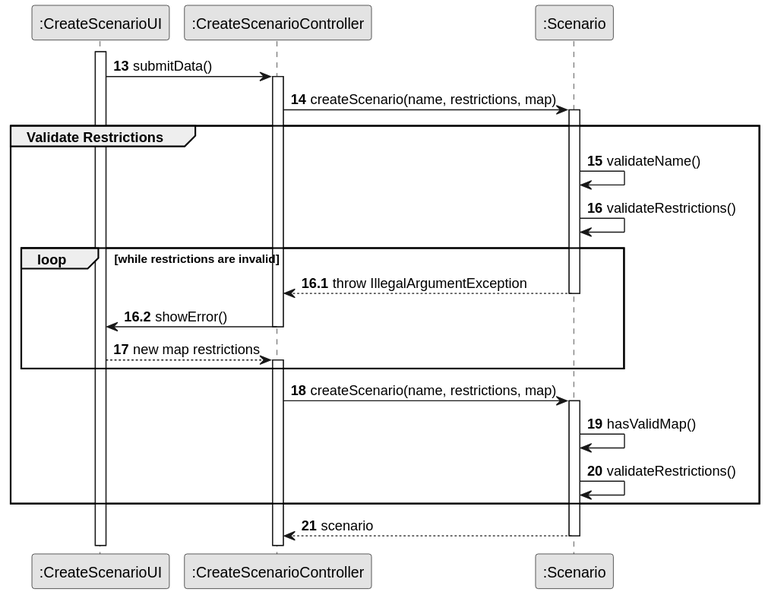
The PlantUML diagram docs/sprint2/us004/03.design/svg/us004-sd-partial-validate-restrictions.svg in ivasduarte/all-aboard, before a commit. Its diagram source:
```plantuml
@startuml
skinparam monochrome true
skinparam packageStyle rectangle
skinparam shadowing false

participant ":CreateScenarioUI" as UI
participant ":CreateScenarioController" as CTRL
participant ":Scenario" as Scenario

autonumber 13

activate UI

UI -> CTRL : submitData()
activate CTRL
CTRL -> Scenario : createScenario(name, restrictions, map)
activate Scenario

group Validate Restrictions
    Scenario -> Scenario : validateName()
    Scenario -> Scenario : validateRestrictions()

    loop while restrictions are invalid
        autonumber 16.1
            Scenario --> CTRL : throw IllegalArgumentException
            deactivate Scenario
            CTRL -> UI : showError()
            deactivate CTRL
            autonumber 17
            UI --> CTRL : new map restrictions
            activate CTRL
    end

    CTRL -> Scenario : createScenario(name, restrictions, map)
    activate Scenario
    Scenario -> Scenario : hasValidMap()
    Scenario -> Scenario : validateRestrictions()
end

Scenario --> CTRL : scenario
deactivate Scenario
@enduml
```
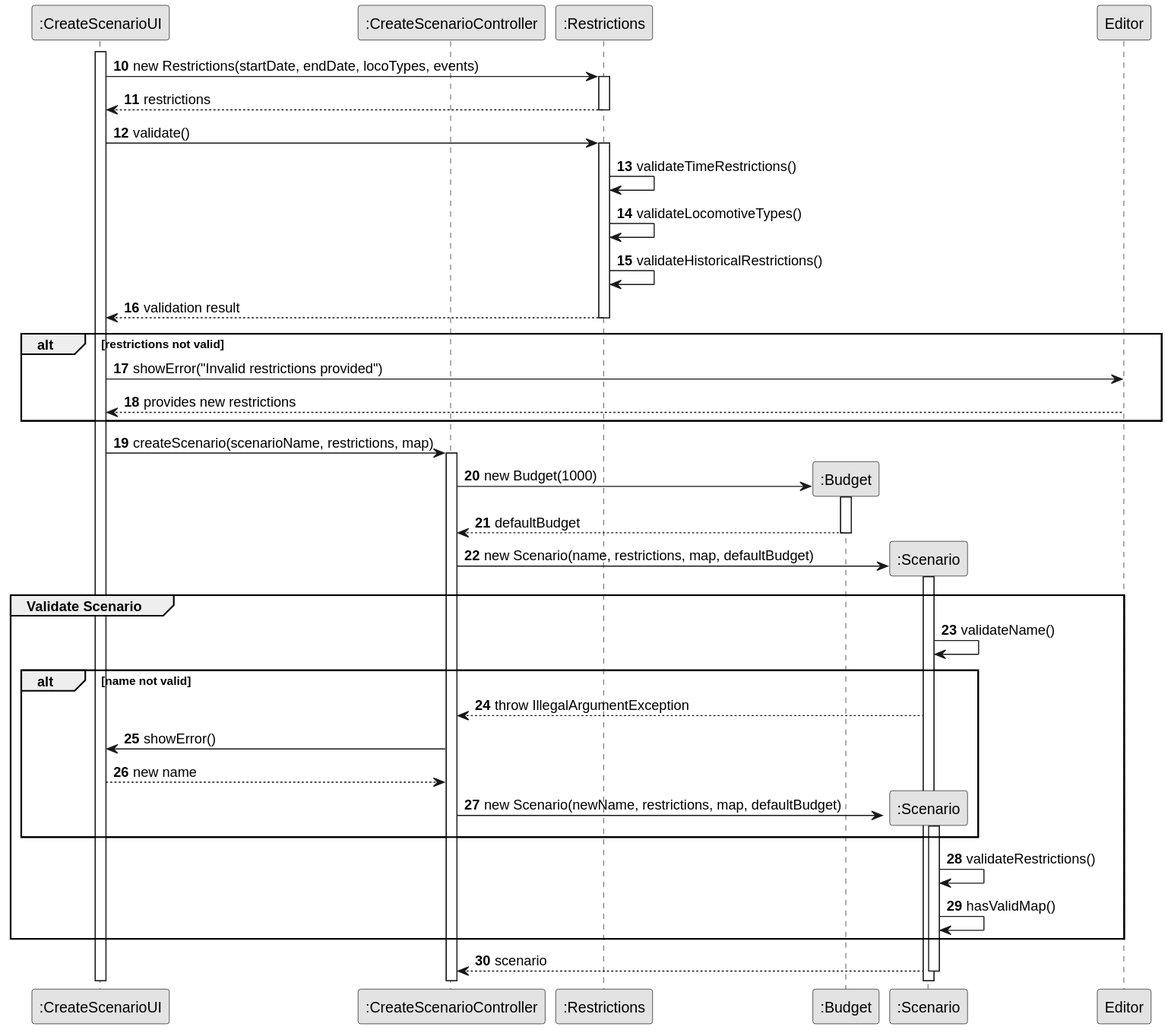
The same file after the commit.

Diff of the diagram source:
```diff
@@ -5,36 +5,56 @@
 
 participant ":CreateScenarioUI" as UI
 participant ":CreateScenarioController" as CTRL
+participant ":Restrictions" as Restrictions
+participant ":Budget" as Budget
 participant ":Scenario" as Scenario
 
-autonumber 13
+autonumber 10
 
 activate UI
 
-UI -> CTRL : submitData()
+UI -> Restrictions : new Restrictions(startDate, endDate, locoTypes, events)
+activate Restrictions
+Restrictions --> UI : restrictions
+deactivate Restrictions
+
+UI -> Restrictions : validate()
+activate Restrictions
+Restrictions -> Restrictions : validateTimeRestrictions()
+Restrictions -> Restrictions : validateLocomotiveTypes()
+Restrictions -> Restrictions : validateHistoricalRestrictions()
+Restrictions --> UI : validation result
+deactivate Restrictions
+
+alt restrictions not valid
+    UI -> Editor : showError("Invalid restrictions provided")
+    Editor --> UI : provides new restrictions
+end
+
+UI -> CTRL : createScenario(scenarioName, restrictions, map)
 activate CTRL
-CTRL -> Scenario : createScenario(name, restrictions, map)
+
+CTRL -> Budget** : new Budget(1000)
+activate Budget
+Budget --> CTRL : defaultBudget
+deactivate Budget
+
+CTRL -> Scenario** : new Scenario(name, restrictions, map, defaultBudget)
 activate Scenario
 
-group Validate Restrictions
+group Validate Scenario
     Scenario -> Scenario : validateName()
-    Scenario -> Scenario : validateRestrictions()
 
-    loop while restrictions are invalid
-        autonumber 16.1
-            Scenario --> CTRL : throw IllegalArgumentException
-            deactivate Scenario
-            CTRL -> UI : showError()
-            deactivate CTRL
-            autonumber 17
-            UI --> CTRL : new map restrictions
-            activate CTRL
+    alt name not valid
+        Scenario --> CTRL : throw IllegalArgumentException
+        CTRL -> UI : showError()
+        UI --> CTRL : new name
+        CTRL -> Scenario** : new Scenario(newName, restrictions, map, defaultBudget)
+        activate Scenario
     end
 
-    CTRL -> Scenario : createScenario(name, restrictions, map)
-    activate Scenario
+    Scenario -> Scenario : validateRestrictions()
     Scenario -> Scenario : hasValidMap()
-    Scenario -> Scenario : validateRestrictions()
 end
 
 Scenario --> CTRL : scenario
```
